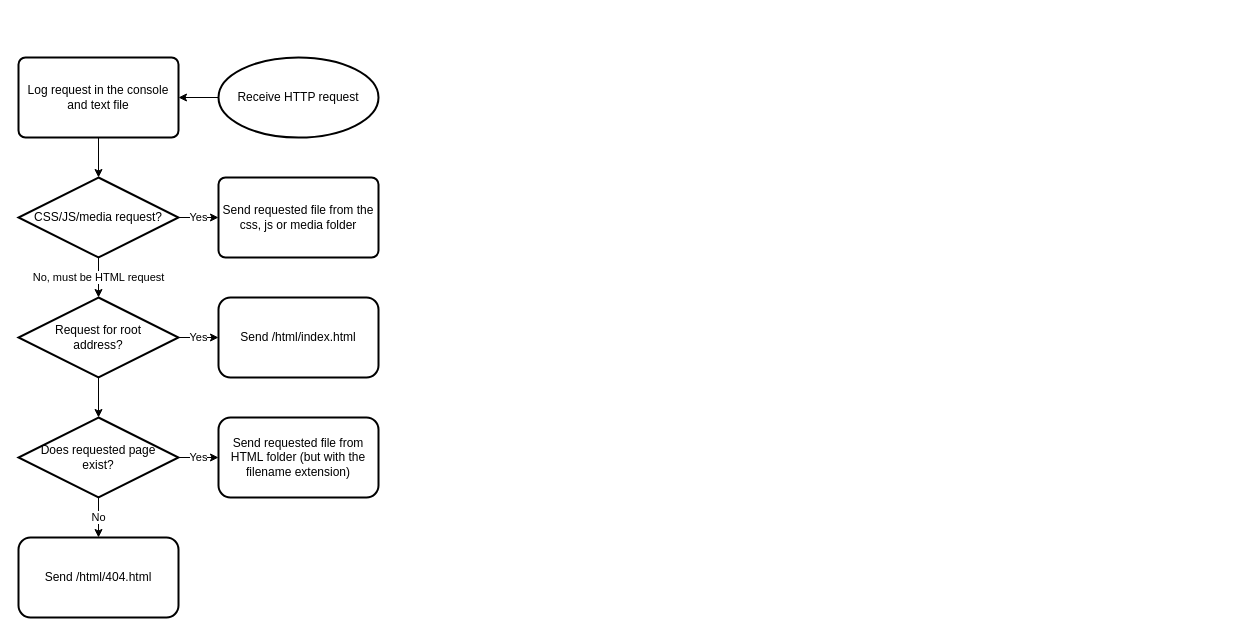
Above: doc/flowcharts.drawio in halogen487/visualiser (draw.io), before the change. Source tidied: cells renumbered, new cells numbered last; positions are measured from the earlier drawing's top-left corner, leaving out a move shared by most shapes. Both pictures are drawn from the tidied source at 100%, with x=0, y=0 at pixel (18, 57).
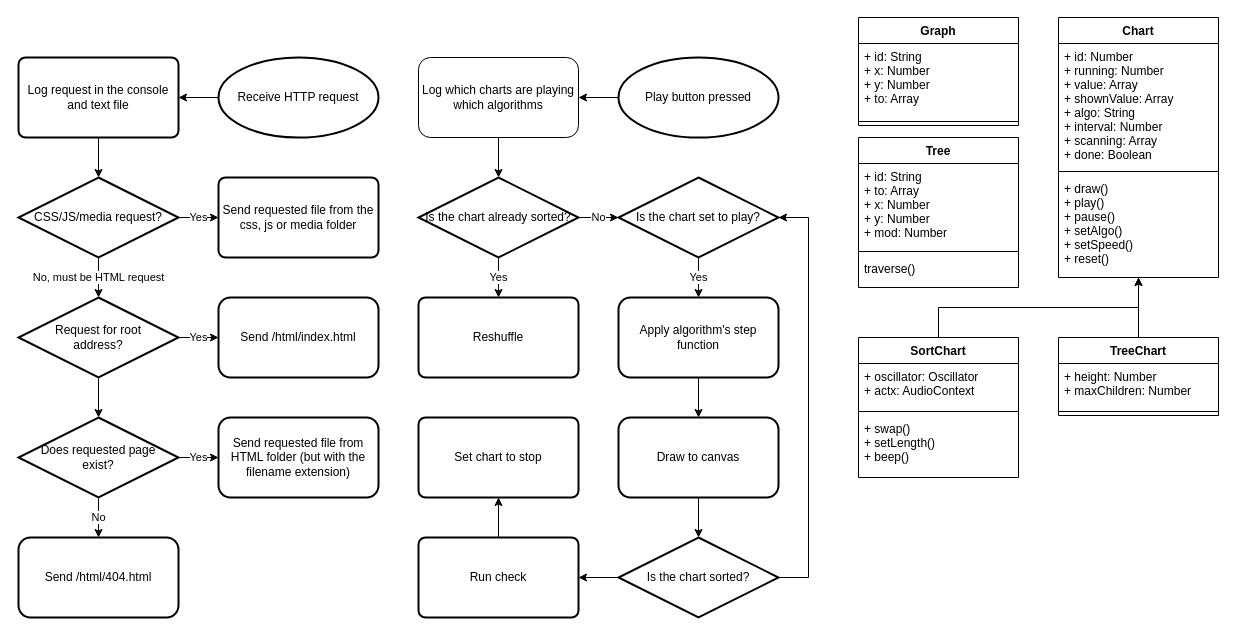
The same page after the edit.

The edit, as a diff of the source:
```diff
@@
+    <mxCell id="20" style="edgeStyle=orthogonalEdgeStyle;rounded=0;jettySize=auto;html=1;" parent="1" edge="1" source="21" target="26">
+      <mxGeometry relative="1" as="geometry" />
+    </mxCell>
+    <mxCell id="21" value="Log which charts are playing which algorithms" style="rounded=1;whiteSpace=wrap;html=1;" parent="1" vertex="1">
+      <mxGeometry x="400" width="160" height="80" as="geometry" />
+    </mxCell>
+    <mxCell id="22" style="edgeStyle=orthogonalEdgeStyle;rounded=0;jettySize=auto;html=1;" parent="1" edge="1" source="23" target="21">
+      <mxGeometry relative="1" as="geometry" />
+    </mxCell>
+    <mxCell id="23" value="Play button pressed" style="strokeWidth=2;html=1;shape=mxgraph.flowchart.start_1;whiteSpace=wrap;rounded=0;sketch=0;" parent="1" vertex="1">
+      <mxGeometry x="600" width="160" height="80" as="geometry" />
+    </mxCell>
+    <mxCell id="24" value="Yes" style="edgeStyle=orthogonalEdgeStyle;rounded=0;jettySize=auto;html=1;" parent="1" edge="1" source="26" target="27">
+      <mxGeometry relative="1" as="geometry" />
+    </mxCell>
+    <mxCell id="25" value="No" style="edgeStyle=orthogonalEdgeStyle;rounded=0;jettySize=auto;html=1;" parent="1" edge="1" source="26" target="29">
+      <mxGeometry relative="1" as="geometry" />
+    </mxCell>
+    <mxCell id="26" value="Is the chart already sorted?" style="strokeWidth=2;html=1;shape=mxgraph.flowchart.decision;whiteSpace=wrap;rounded=0;sketch=0;" parent="1" vertex="1">
+      <mxGeometry x="400" y="120" width="160" height="80" as="geometry" />
+    </mxCell>
+    <mxCell id="27" value="Reshuffle" style="rounded=1;whiteSpace=wrap;html=1;absoluteArcSize=1;arcSize=14;strokeWidth=2;sketch=0;" parent="1" vertex="1">
+      <mxGeometry x="400" y="240" width="160" height="80" as="geometry" />
+    </mxCell>
+    <mxCell id="28" value="Yes" style="edgeStyle=orthogonalEdgeStyle;rounded=0;jettySize=auto;html=1;" parent="1" edge="1" source="29" target="31">
+      <mxGeometry relative="1" as="geometry" />
+    </mxCell>
+    <mxCell id="29" value="Is the chart set to play?" style="strokeWidth=2;html=1;shape=mxgraph.flowchart.decision;whiteSpace=wrap;rounded=0;sketch=0;" parent="1" vertex="1">
+      <mxGeometry x="600" y="120" width="160" height="80" as="geometry" />
+    </mxCell>
+    <mxCell id="30" style="edgeStyle=orthogonalEdgeStyle;rounded=0;jettySize=auto;html=1;" parent="1" edge="1" source="31" target="33">
+      <mxGeometry relative="1" as="geometry" />
+    </mxCell>
+    <mxCell id="31" value="Apply algorithm's step function" style="whiteSpace=wrap;html=1;rounded=1;strokeWidth=2;sketch=0;" parent="1" vertex="1">
+      <mxGeometry x="600" y="240" width="160" height="80" as="geometry" />
+    </mxCell>
+    <mxCell id="32" style="edgeStyle=orthogonalEdgeStyle;rounded=0;jettySize=auto;html=1;" parent="1" edge="1" source="33" target="36">
+      <mxGeometry relative="1" as="geometry" />
+    </mxCell>
+    <mxCell id="33" value="Draw to canvas" style="whiteSpace=wrap;html=1;rounded=1;strokeWidth=2;sketch=0;" parent="1" vertex="1">
+      <mxGeometry x="600" y="360" width="160" height="80" as="geometry" />
+    </mxCell>
+    <mxCell id="34" style="edgeStyle=orthogonalEdgeStyle;rounded=0;jettySize=auto;html=1;" parent="1" edge="1" source="36" target="38">
+      <mxGeometry relative="1" as="geometry" />
+    </mxCell>
+    <mxCell id="35" style="rounded=0;jettySize=auto;html=1;exitX=1;exitY=0.5;exitDx=0;exitDy=0;exitPerimeter=0;elbow=vertical;entryX=1;entryY=0.5;entryDx=0;entryDy=0;entryPerimeter=0;edgeStyle=entityRelationEdgeStyle;" parent="1" edge="1" source="36" target="29">
+      <mxGeometry relative="1" as="geometry" />
+    </mxCell>
+    <mxCell id="36" value="Is the chart sorted?" style="strokeWidth=2;html=1;shape=mxgraph.flowchart.decision;whiteSpace=wrap;rounded=0;sketch=0;" parent="1" vertex="1">
+      <mxGeometry x="600" y="480" width="160" height="80" as="geometry" />
+    </mxCell>
+    <mxCell id="37" style="edgeStyle=orthogonalEdgeStyle;rounded=0;jettySize=auto;html=1;" parent="1" edge="1" source="38" target="39">
+      <mxGeometry relative="1" as="geometry" />
+    </mxCell>
+    <mxCell id="38" value="Run check" style="rounded=1;whiteSpace=wrap;html=1;absoluteArcSize=1;arcSize=14;strokeWidth=2;sketch=0;" parent="1" vertex="1">
+      <mxGeometry x="400" y="480" width="160" height="80" as="geometry" />
+    </mxCell>
+    <mxCell id="39" value="Set chart to stop" style="rounded=1;whiteSpace=wrap;html=1;absoluteArcSize=1;arcSize=14;strokeWidth=2;sketch=0;" parent="1" vertex="1">
+      <mxGeometry x="400" y="360" width="160" height="80" as="geometry" />
+    </mxCell>
+    <mxCell id="40" value="Chart" style="swimlane;fontStyle=1;align=center;verticalAlign=top;horizontal=1;startSize=26;" parent="1" vertex="1">
+      <mxGeometry x="1040" y="-40" width="160" height="260" as="geometry" />
+    </mxCell>
+    <mxCell id="41" value="+ id: Number&#10;+ running: Number&#10;+ value: Array&#10;+ shownValue: Array&#10;+ algo: String&#10;+ interval: Number&#10;+ scanning: Array&#10;+ done: Boolean" style="text;strokeColor=none;fillColor=none;align=left;verticalAlign=top;spacingLeft=4;spacingRight=4;overflow=hidden;" parent="40" vertex="1">
+      <mxGeometry y="26" width="160" height="124" as="geometry" />
+    </mxCell>
+    <mxCell id="42" style="line;strokeWidth=1;fillColor=none;align=left;verticalAlign=middle;spacingTop=-1;spacingLeft=3;spacingRight=3;labelPosition=right;" parent="40" vertex="1">
+      <mxGeometry y="150" width="160" height="8" as="geometry" />
+    </mxCell>
+    <mxCell id="43" value="+ draw()&#10;+ play()&#10;+ pause()&#10;+ setAlgo()&#10;+ setSpeed()&#10;+ reset()" style="text;strokeColor=none;fillColor=none;align=left;verticalAlign=top;spacingLeft=4;spacingRight=4;overflow=hidden;" parent="40" vertex="1">
+      <mxGeometry y="158" width="160" height="102" as="geometry" />
+    </mxCell>
+    <mxCell id="44" style="edgeStyle=orthogonalEdgeStyle;rounded=0;jettySize=auto;html=1;exitX=0.5;exitY=0;exitDx=0;exitDy=0;" parent="1" edge="1" source="45" target="40">
+      <mxGeometry relative="1" as="geometry" />
+    </mxCell>
+    <mxCell id="45" value="SortChart" style="swimlane;fontStyle=1;align=center;verticalAlign=top;horizontal=1;startSize=26;" parent="1" vertex="1">
+      <mxGeometry x="840" y="280" width="160" height="140" as="geometry" />
+    </mxCell>
+    <mxCell id="46" value="+ oscillator: Oscillator&#10;+ actx: AudioContext" style="text;strokeColor=none;fillColor=none;align=left;verticalAlign=top;spacingLeft=4;spacingRight=4;overflow=hidden;" parent="45" vertex="1">
+      <mxGeometry y="26" width="160" height="44" as="geometry" />
+    </mxCell>
+    <mxCell id="47" style="line;strokeWidth=1;fillColor=none;align=left;verticalAlign=middle;spacingTop=-1;spacingLeft=3;spacingRight=3;labelPosition=right;" parent="45" vertex="1">
+      <mxGeometry y="70" width="160" height="8" as="geometry" />
+    </mxCell>
+    <mxCell id="48" value="+ swap()&#10;+ setLength()&#10;+ beep()" style="text;strokeColor=none;fillColor=none;align=left;verticalAlign=top;spacingLeft=4;spacingRight=4;overflow=hidden;" parent="45" vertex="1">
+      <mxGeometry y="78" width="160" height="62" as="geometry" />
+    </mxCell>
+    <mxCell id="49" value="Graph" style="swimlane;fontStyle=1;align=center;verticalAlign=top;horizontal=1;startSize=26;" parent="1" vertex="1">
+      <mxGeometry x="840" y="-40" width="160" height="108" as="geometry" />
+    </mxCell>
+    <mxCell id="50" value="+ id: String&#10;+ x: Number&#10;+ y: Number&#10;+ to: Array" style="text;strokeColor=none;fillColor=none;align=left;verticalAlign=top;spacingLeft=4;spacingRight=4;overflow=hidden;" parent="49" vertex="1">
+      <mxGeometry y="26" width="160" height="74" as="geometry" />
+    </mxCell>
+    <mxCell id="51" style="line;strokeWidth=1;fillColor=none;align=left;verticalAlign=middle;spacingTop=-1;spacingLeft=3;spacingRight=3;labelPosition=right;" parent="49" vertex="1">
+      <mxGeometry y="100" width="160" height="8" as="geometry" />
+    </mxCell>
+    <mxCell id="52" value="Tree" style="swimlane;fontStyle=1;align=center;verticalAlign=top;horizontal=1;startSize=26;" parent="1" vertex="1">
+      <mxGeometry x="840" y="80" width="160" height="150" as="geometry" />
+    </mxCell>
+    <mxCell id="53" value="+ id: String&#10;+ to: Array&#10;+ x: Number&#10;+ y: Number&#10;+ mod: Number" style="text;strokeColor=none;fillColor=none;align=left;verticalAlign=top;spacingLeft=4;spacingRight=4;overflow=hidden;" parent="52" vertex="1">
+      <mxGeometry y="26" width="160" height="84" as="geometry" />
+    </mxCell>
+    <mxCell id="54" style="line;strokeWidth=1;fillColor=none;align=left;verticalAlign=middle;spacingTop=-1;spacingLeft=3;spacingRight=3;labelPosition=right;" parent="52" vertex="1">
+      <mxGeometry y="110" width="160" height="8" as="geometry" />
+    </mxCell>
+    <mxCell id="55" value="traverse()" style="text;strokeColor=none;fillColor=none;align=left;verticalAlign=top;spacingLeft=4;spacingRight=4;overflow=hidden;" parent="52" vertex="1">
+      <mxGeometry y="118" width="160" height="32" as="geometry" />
+    </mxCell>
+    <mxCell id="56" style="edgeStyle=orthogonalEdgeStyle;rounded=0;jettySize=auto;html=1;exitX=0.5;exitY=0;exitDx=0;exitDy=0;" parent="1" edge="1" source="57" target="40">
+      <mxGeometry relative="1" as="geometry" />
+    </mxCell>
+    <mxCell id="57" value="TreeChart" style="swimlane;fontStyle=1;align=center;verticalAlign=top;horizontal=1;startSize=26;" parent="1" vertex="1">
+      <mxGeometry x="1040" y="280" width="160" height="78" as="geometry" />
+    </mxCell>
+    <mxCell id="58" value="+ height: Number&#10;+ maxChildren: Number" style="text;strokeColor=none;fillColor=none;align=left;verticalAlign=top;spacingLeft=4;spacingRight=4;overflow=hidden;" parent="57" vertex="1">
+      <mxGeometry y="26" width="160" height="44" as="geometry" />
+    </mxCell>
+    <mxCell id="59" style="line;strokeWidth=1;fillColor=none;align=left;verticalAlign=middle;spacingTop=-1;spacingLeft=3;spacingRight=3;labelPosition=right;" parent="57" vertex="1">
+      <mxGeometry y="70" width="160" height="8" as="geometry" />
+    </mxCell>
```
